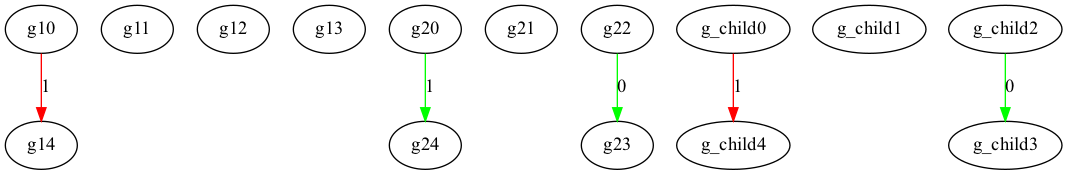
Above: visualizaions/Digraph.gv.png in RoshanNagaram002/NEAT (Graphviz), before the change. Its source is kept beside it as visualizaions/Digraph.gv.
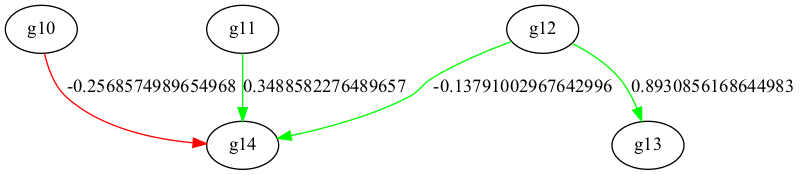
The same diagram one commit later.

Diff of the diagram source:
```diff
@@ -4,19 +4,8 @@
 	g12 [label=g12]
 	g13 [label=g13]
 	g14 [label=g14]
-	g10 -> g14 [label=1 color=red]
-	g20 [label=g20]
-	g21 [label=g21]
-	g22 [label=g22]
-	g23 [label=g23]
-	g24 [label=g24]
-	g22 -> g23 [label=0 color=green]
-	g20 -> g24 [label=1 color=green]
-	g_child0 [label=g_child0]
-	g_child1 [label=g_child1]
-	g_child2 [label=g_child2]
-	g_child3 [label=g_child3]
-	g_child4 [label=g_child4]
-	g_child2 -> g_child3 [label=0 color=green]
-	g_child0 -> g_child4 [label=1 color=red]
+	g12 -> g14 [label=-0.13791002967642996 color=green]
+	g10 -> g14 [label=-0.2568574989654968 color=red]
+	g12 -> g13 [label=0.8930856168644983 color=green]
+	g11 -> g14 [label=0.3488582276489657 color=green]
 }
```
